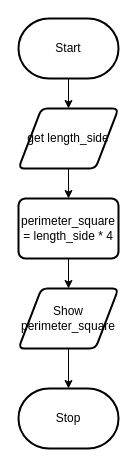
Peter-Gemmell/ICS3U-Assignment-6-Python keeps this draw.io diagram as Draw.io/Flowchart.drawio. Above is the earlier version. Source tidied: cells renumbered, new cells numbered last; positions are measured from the earlier drawing's top-left corner, leaving out a move shared by most shapes. Both pictures are drawn from the tidied source at 100%, with x=0, y=0 at pixel (18, 18).
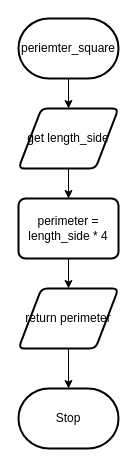
After the change.

What changed in the source:
```diff
@@
 <mxGraphModel>
   <root>
     <mxCell id="0" />
     <mxCell id="1" parent="0" />
     <mxCell id="2" style="edgeStyle=none;html=1;" parent="1" edge="1" source="3" target="5">
       <mxGeometry relative="1" as="geometry" />
     </mxCell>
-    <mxCell id="3" value="Start" style="strokeWidth=2;html=1;shape=mxgraph.flowchart.terminator;whiteSpace=wrap;" parent="1" vertex="1">
+    <mxCell id="3" value="periemter_square" style="strokeWidth=2;html=1;shape=mxgraph.flowchart.terminator;whiteSpace=wrap;" parent="1" vertex="1">
       <mxGeometry width="100" height="60" as="geometry" />
     </mxCell>
     <mxCell id="4" style="edgeStyle=none;html=1;" parent="1" edge="1" source="5" target="7">
       <mxGeometry relative="1" as="geometry" />
     </mxCell>
     <mxCell id="5" value="get length_side" style="shape=parallelogram;html=1;strokeWidth=2;perimeter=parallelogramPerimeter;whiteSpace=wrap;rounded=1;arcSize=12;size=0.23;" parent="1" vertex="1">
       <mxGeometry y="90" width="100" height="60" as="geometry" />
     </mxCell>
     <mxCell id="6" style="edgeStyle=none;html=1;entryX=0.5;entryY=0;entryDx=0;entryDy=0;" parent="1" edge="1" source="7" target="9">
       <mxGeometry relative="1" as="geometry" />
     </mxCell>
-    <mxCell id="7" value="perimeter_square = length_side * 4" style="rounded=1;whiteSpace=wrap;html=1;absoluteArcSize=1;arcSize=14;strokeWidth=2;" parent="1" vertex="1">
+    <mxCell id="7" value="perimeter = length_side * 4" style="rounded=1;whiteSpace=wrap;html=1;absoluteArcSize=1;arcSize=14;strokeWidth=2;" parent="1" vertex="1">
       <mxGeometry y="180" width="100" height="60" as="geometry" />
     </mxCell>
     <mxCell id="8" style="edgeStyle=none;html=1;" parent="1" edge="1" source="9" target="10">
       <mxGeometry relative="1" as="geometry" />
     </mxCell>
-    <mxCell id="9" value="Show perimeter_square" style="shape=parallelogram;html=1;strokeWidth=2;perimeter=parallelogramPerimeter;whiteSpace=wrap;rounded=1;arcSize=12;size=0.23;" parent="1" vertex="1">
+    <mxCell id="9" value="return perimeter" style="shape=parallelogram;html=1;strokeWidth=2;perimeter=parallelogramPerimeter;whiteSpace=wrap;rounded=1;arcSize=12;size=0.23;" parent="1" vertex="1">
       <mxGeometry y="270" width="100" height="60" as="geometry" />
     </mxCell>
     <mxCell id="10" value="Stop" style="strokeWidth=2;html=1;shape=mxgraph.flowchart.terminator;whiteSpace=wrap;" parent="1" vertex="1">
       <mxGeometry y="370" width="100" height="60" as="geometry" />
     </mxCell>
   </root>
 </mxGraphModel>
```
